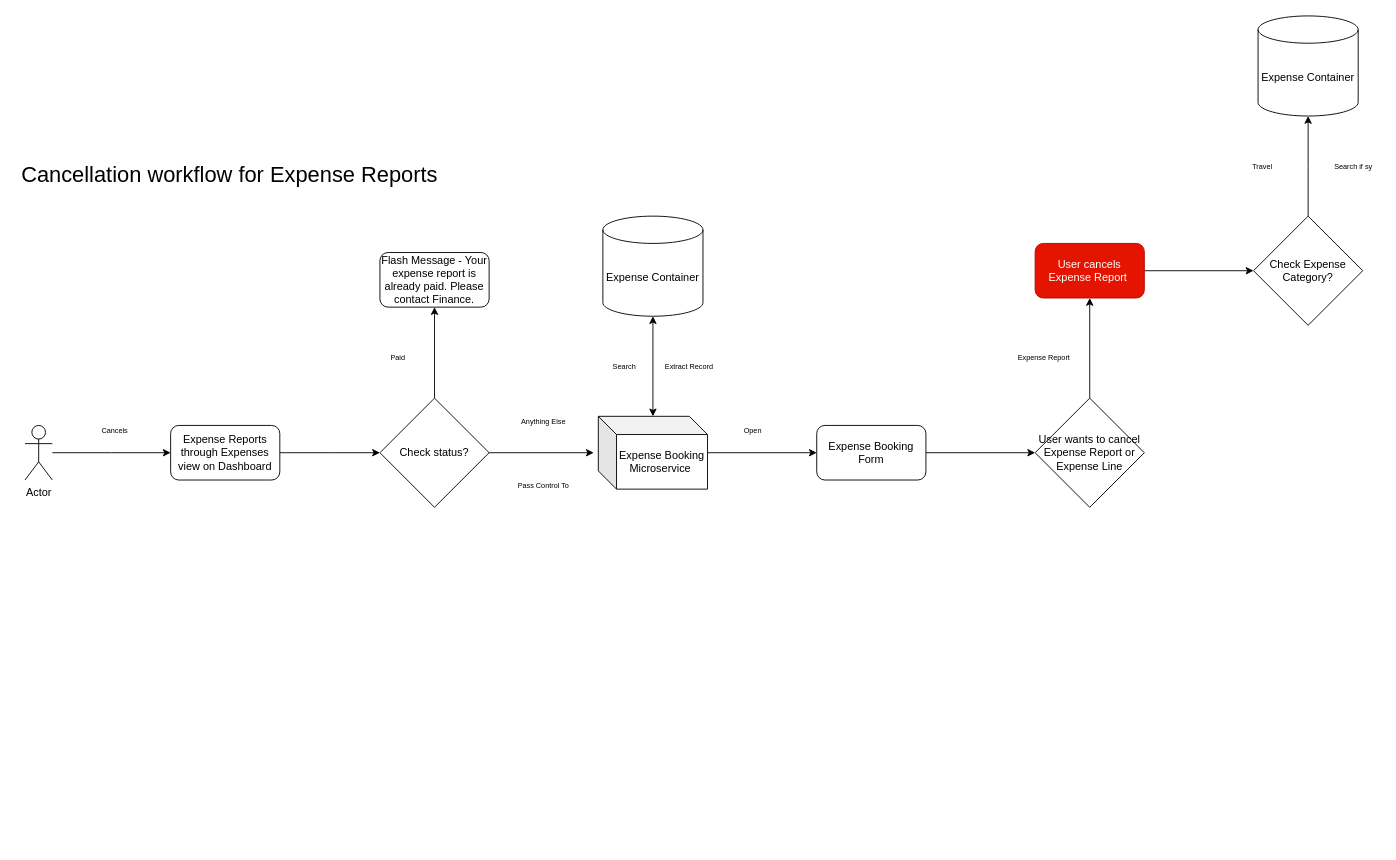
snair0410/cv keeps this draw.io diagram as page "Cancellation workflow for expenses reports and expense lines" (6 of 6) of cancellationworkflow.drawio. Above is the earlier version. Source tidied: cells renumbered, new cells numbered last; positions are measured from the earlier drawing's top-left corner, leaving out a move shared by most shapes. Both pictures are drawn from the tidied source at 91%, with x=0, y=0 at pixel (15, 15).
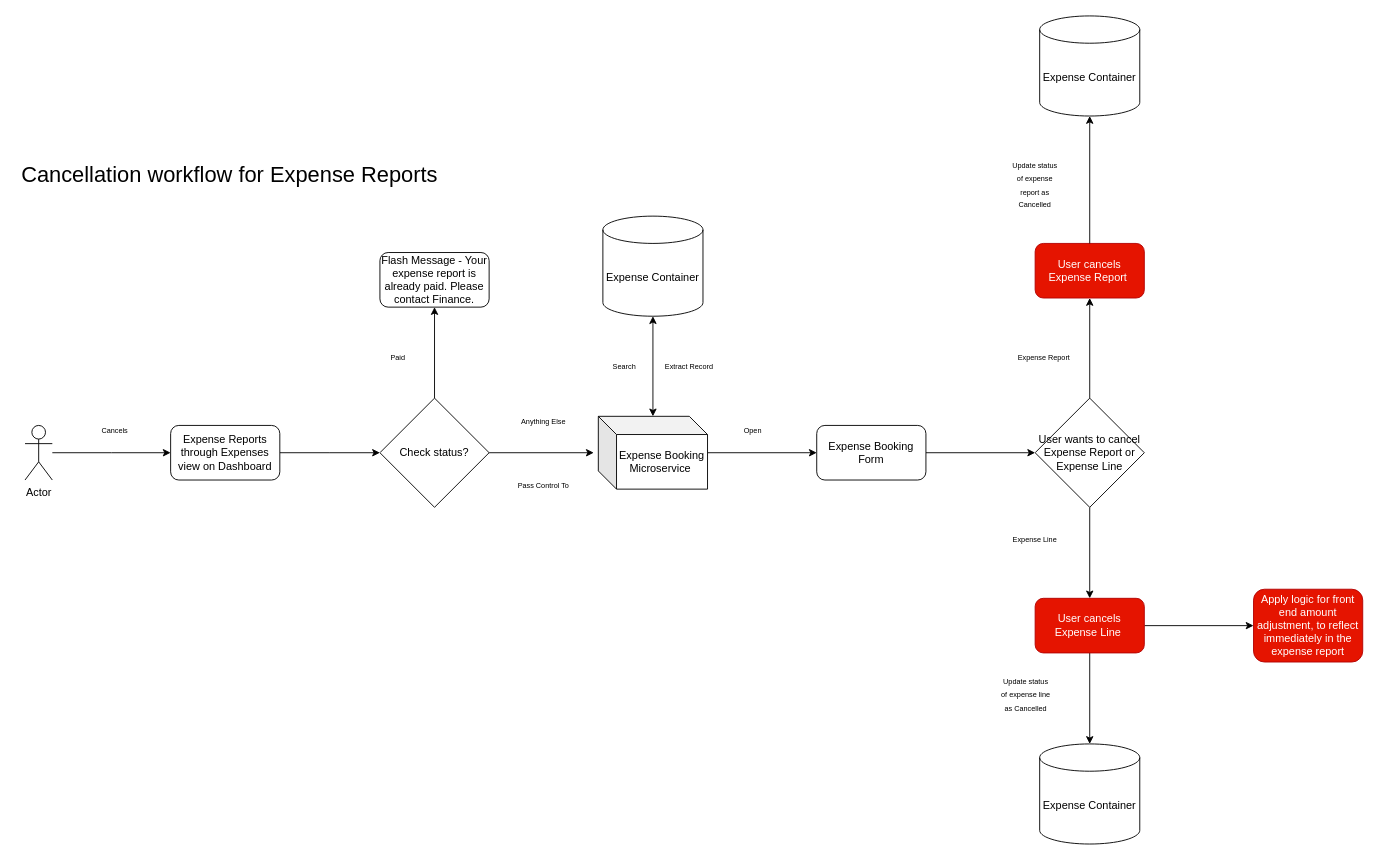
Above is the later version.

The change refers to these unchanged cells:
```xml
<mxCell id="25" value="User wants to cancel Expense Report or Expense Line" style="rhombus;whiteSpace=wrap;html=1;" parent="1" vertex="1">
  <mxGeometry x="1120" y="420" width="120" height="120" as="geometry" />
</mxCell>
<mxCell id="27" value="User cancels Expense Report&amp;nbsp;" style="rounded=1;whiteSpace=wrap;html=1;fillColor=#e51400;fontColor=#ffffff;strokeColor=#B20000;" parent="1" vertex="1">
  <mxGeometry x="1120" y="250" width="120" height="60" as="geometry" />
</mxCell>
```

The edit, as a diff of the source:
```diff
@@
+    <mxCell id="34" style="edgeStyle=orthogonalEdgeStyle;rounded=0;jettySize=auto;html=1;" parent="1" edge="1" source="25" target="39">
+      <mxGeometry relative="1" as="geometry" />
+    </mxCell>
@@
-    <mxCell id="26" style="edgeStyle=orthogonalEdgeStyle;rounded=0;jettySize=auto;html=1;entryX=0;entryY=0.5;entryDx=0;entryDy=0;" parent="1" edge="1" source="27" target="30">
-      <mxGeometry relative="1" as="geometry" />
-    </mxCell>
@@
-    <mxCell id="29" style="edgeStyle=orthogonalEdgeStyle;rounded=0;jettySize=auto;html=1;" parent="1" edge="1" source="30">
-      <mxGeometry relative="1" as="geometry">
-        <mxPoint x="1420" y="110" as="targetPoint" />
-      </mxGeometry>
-    </mxCell>
-    <mxCell id="30" value="Check Expense Category?" style="rhombus;whiteSpace=wrap;html=1;" parent="1" vertex="1">
-      <mxGeometry x="1360" y="220" width="120" height="120" as="geometry" />
-    </mxCell>
-    <mxCell id="31" value="&lt;span style=&quot;font-size: 8px;&quot;&gt;Travel&lt;/span&gt;" style="text;html=1;strokeColor=none;fillColor=none;align=center;verticalAlign=middle;whiteSpace=wrap;rounded=0;" parent="1" vertex="1">
-      <mxGeometry x="1340" y="150" width="60" height="30" as="geometry" />
-    </mxCell>
     <mxCell id="32" value="Expense Container" style="shape=cylinder3;whiteSpace=wrap;html=1;boundedLbl=1;backgroundOutline=1;size=15;" parent="1" vertex="1">
-      <mxGeometry x="1365" width="110" height="110" as="geometry" />
+      <mxGeometry x="1125" width="110" height="110" as="geometry" />
     </mxCell>
-    <mxCell id="33" value="&lt;span style=&quot;font-size: 8px;&quot;&gt;Search if sy&lt;/span&gt;" style="text;html=1;strokeColor=none;fillColor=none;align=center;verticalAlign=middle;whiteSpace=wrap;rounded=0;" parent="1" vertex="1">
-      <mxGeometry x="1440" y="150" width="60" height="30" as="geometry" />
-    </mxCell>
+    <mxCell id="35" style="edgeStyle=orthogonalEdgeStyle;rounded=0;jettySize=auto;html=1;entryX=0.5;entryY=1;entryDx=0;entryDy=0;entryPerimeter=0;" parent="1" edge="1" source="27" target="32">
+      <mxGeometry relative="1" as="geometry" />
+    </mxCell>
+    <mxCell id="36" value="&lt;span style=&quot;font-size: 8px;&quot;&gt;Update status of expense report as Cancelled&lt;/span&gt;" style="text;html=1;strokeColor=none;fillColor=none;align=center;verticalAlign=middle;whiteSpace=wrap;rounded=0;" parent="1" vertex="1">
+      <mxGeometry x="1090" y="170" width="60" height="30" as="geometry" />
+    </mxCell>
+    <mxCell id="37" style="edgeStyle=orthogonalEdgeStyle;rounded=0;jettySize=auto;html=1;" parent="1" edge="1" source="39" target="41">
+      <mxGeometry relative="1" as="geometry" />
+    </mxCell>
+    <mxCell id="38" style="edgeStyle=orthogonalEdgeStyle;rounded=0;jettySize=auto;html=1;entryX=0;entryY=0.5;entryDx=0;entryDy=0;" parent="1" edge="1" source="39" target="43">
+      <mxGeometry relative="1" as="geometry" />
+    </mxCell>
+    <mxCell id="39" value="User cancels Expense Line&amp;nbsp;" style="rounded=1;whiteSpace=wrap;html=1;fillColor=#e51400;fontColor=#ffffff;strokeColor=#B20000;" parent="1" vertex="1">
+      <mxGeometry x="1120" y="640" width="120" height="60" as="geometry" />
+    </mxCell>
+    <mxCell id="40" value="&lt;span style=&quot;font-size: 8px;&quot;&gt;Expense Line&lt;/span&gt;" style="text;html=1;strokeColor=none;fillColor=none;align=center;verticalAlign=middle;whiteSpace=wrap;rounded=0;" parent="1" vertex="1">
+      <mxGeometry x="1090" y="560" width="60" height="30" as="geometry" />
+    </mxCell>
+    <mxCell id="41" value="Expense Container" style="shape=cylinder3;whiteSpace=wrap;html=1;boundedLbl=1;backgroundOutline=1;size=15;" parent="1" vertex="1">
+      <mxGeometry x="1125" y="800" width="110" height="110" as="geometry" />
+    </mxCell>
+    <mxCell id="42" value="&lt;span style=&quot;font-size: 8px;&quot;&gt;Update status of expense line as Cancelled&lt;/span&gt;" style="text;html=1;strokeColor=none;fillColor=none;align=center;verticalAlign=middle;whiteSpace=wrap;rounded=0;" parent="1" vertex="1">
+      <mxGeometry x="1080" y="730" width="60" height="30" as="geometry" />
+    </mxCell>
+    <mxCell id="43" value="Apply logic for front end amount adjustment, to reflect immediately in the expense report" style="rounded=1;whiteSpace=wrap;html=1;fillColor=#e51400;fontColor=#ffffff;strokeColor=#B20000;" parent="1" vertex="1">
+      <mxGeometry x="1360" y="630" width="120" height="80" as="geometry" />
+    </mxCell>
```
